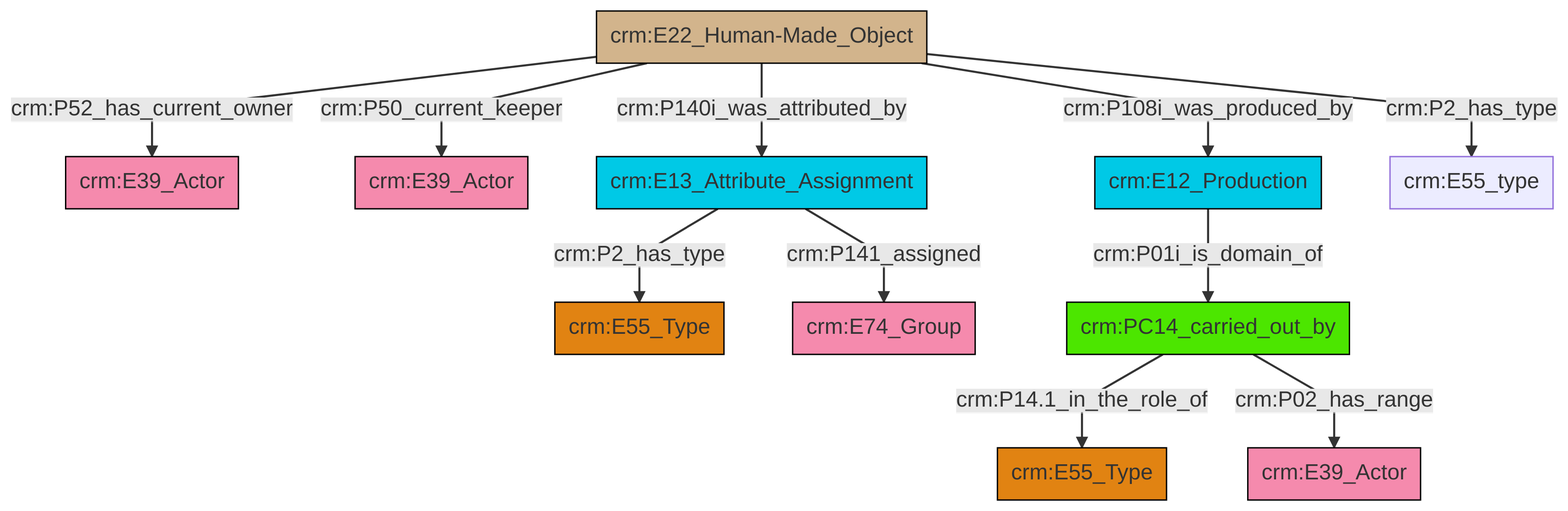
The Mermaid diagram et/artworkCSV/ttl/mmd/png/Artwork_Actor_Relations.png in swiss-art-research-net/docs.swissartresearch, before a commit. Its source is kept beside it as et/artworkCSV/ttl/mmd/Artwork_Actor_Relations.ttl.mmd. The source it was exported from:
```mermaid
graph TD
classDef Literal fill:#f2f2f2,stroke:#000000;
classDef CRM_Entity fill:#FFFFFF,stroke:#000000;
classDef Temporal_Entity fill:#00C9E6, stroke:#000000;
classDef Type fill:#E18312, stroke:#000000;
classDef Time-Span fill:#2C9C91, stroke:#000000;
classDef Appellation fill:#FFEB7F, stroke:#000000;
classDef Place fill:#008836, stroke:#000000;
classDef Persistent_Item fill:#B266B2, stroke:#000000;
classDef Conceptual_Object fill:#FFD700, stroke:#000000;
classDef Physical_Thing fill:#D2B48C, stroke:#000000;
classDef Actor fill:#f58aad, stroke:#000000;
classDef PC_Classes fill:#4ce600, stroke:#000000;
classDef Multi fill:#cccccc,stroke:#000000;

4["crm:E13_Attribute_Assignment"]:::Temporal_Entity -->|crm:P2_has_type| 5["crm:E55_Type"]:::Type
8["crm:E22_Human-Made_Object"]:::Physical_Thing -->|crm:P52_has_current_owner| 6["crm:E39_Actor"]:::Actor
8["crm:E22_Human-Made_Object"]:::Physical_Thing -->|crm:P50_current_keeper| 9["crm:E39_Actor"]:::Actor
8["crm:E22_Human-Made_Object"]:::Physical_Thing -->|crm:P140i_was_attributed_by| 4["crm:E13_Attribute_Assignment"]:::Temporal_Entity
0["crm:E12_Production"]:::Temporal_Entity -->|crm:P01i_is_domain_of| 11["crm:PC14_carried_out_by"]:::PC_Classes
11["crm:PC14_carried_out_by"]:::PC_Classes -->|crm:P14.1_in_the_role_of| 2["crm:E55_Type"]:::Type
8["crm:E22_Human-Made_Object"]:::Physical_Thing -->|crm:P108i_was_produced_by| 0["crm:E12_Production"]:::Temporal_Entity
4["crm:E13_Attribute_Assignment"]:::Temporal_Entity -->|crm:P141_assigned| 18["crm:E74_Group"]:::Actor
11["crm:PC14_carried_out_by"]:::PC_Classes -->|crm:P02_has_range| 19["crm:E39_Actor"]:::Actor
8["crm:E22_Human-Made_Object"]:::Physical_Thing -->|crm:P2_has_type| 15["crm:E55_type"]:::Default
```
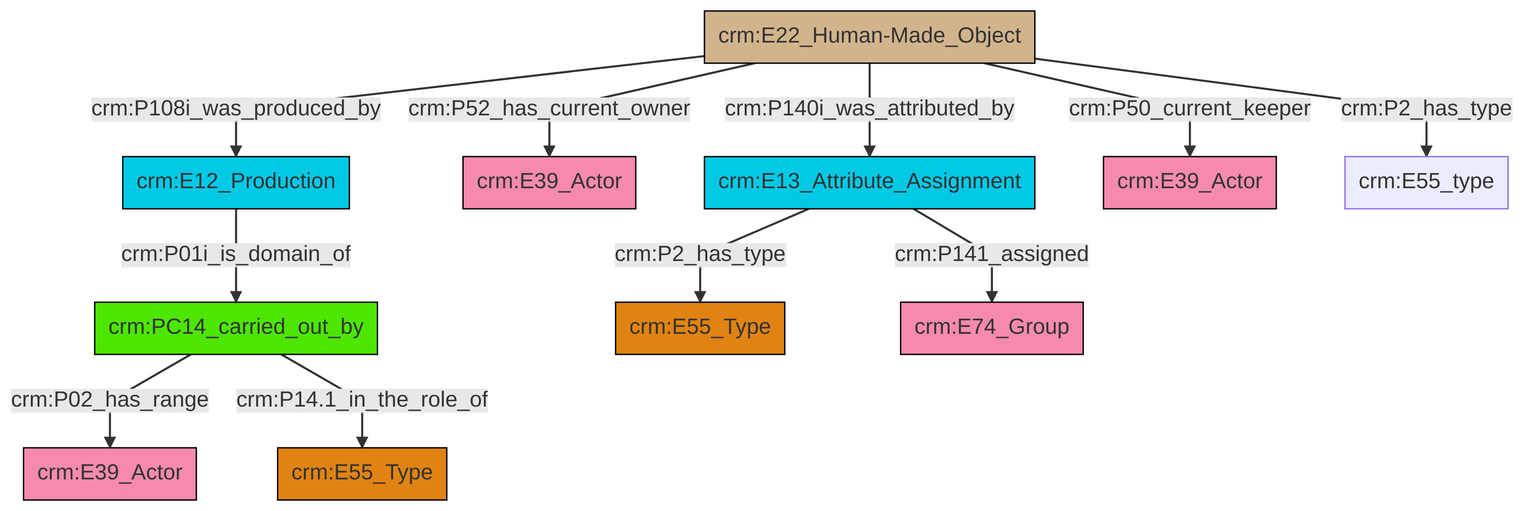
Later version of the same file.

Change to the diagram source:
```diff
@@ -13,13 +13,13 @@
 classDef PC_Classes fill:#4ce600, stroke:#000000;
 classDef Multi fill:#cccccc,stroke:#000000;
 
-4["crm:E13_Attribute_Assignment"]:::Temporal_Entity -->|crm:P2_has_type| 5["crm:E55_Type"]:::Type
-8["crm:E22_Human-Made_Object"]:::Physical_Thing -->|crm:P52_has_current_owner| 6["crm:E39_Actor"]:::Actor
-8["crm:E22_Human-Made_Object"]:::Physical_Thing -->|crm:P50_current_keeper| 9["crm:E39_Actor"]:::Actor
-8["crm:E22_Human-Made_Object"]:::Physical_Thing -->|crm:P140i_was_attributed_by| 4["crm:E13_Attribute_Assignment"]:::Temporal_Entity
-0["crm:E12_Production"]:::Temporal_Entity -->|crm:P01i_is_domain_of| 11["crm:PC14_carried_out_by"]:::PC_Classes
-11["crm:PC14_carried_out_by"]:::PC_Classes -->|crm:P14.1_in_the_role_of| 2["crm:E55_Type"]:::Type
-8["crm:E22_Human-Made_Object"]:::Physical_Thing -->|crm:P108i_was_produced_by| 0["crm:E12_Production"]:::Temporal_Entity
-4["crm:E13_Attribute_Assignment"]:::Temporal_Entity -->|crm:P141_assigned| 18["crm:E74_Group"]:::Actor
-11["crm:PC14_carried_out_by"]:::PC_Classes -->|crm:P02_has_range| 19["crm:E39_Actor"]:::Actor
-8["crm:E22_Human-Made_Object"]:::Physical_Thing -->|crm:P2_has_type| 15["crm:E55_type"]:::Default
+6["crm:E22_Human-Made_Object"]:::Physical_Thing -->|crm:P52_has_current_owner| 4["crm:E39_Actor"]:::Actor
+7["crm:PC14_carried_out_by"]:::PC_Classes -->|crm:P02_has_range| 8["crm:E39_Actor"]:::Actor
+0["crm:E13_Attribute_Assignment"]:::Temporal_Entity -->|crm:P2_has_type| 13["crm:E55_Type"]:::Type
+0["crm:E13_Attribute_Assignment"]:::Temporal_Entity -->|crm:P141_assigned| 15["crm:E74_Group"]:::Actor
+9["crm:E12_Production"]:::Temporal_Entity -->|crm:P01i_is_domain_of| 7["crm:PC14_carried_out_by"]:::PC_Classes
+6["crm:E22_Human-Made_Object"]:::Physical_Thing -->|crm:P2_has_type| 17["crm:E55_type"]:::Default
+6["crm:E22_Human-Made_Object"]:::Physical_Thing -->|crm:P50_current_keeper| 11["crm:E39_Actor"]:::Actor
+7["crm:PC14_carried_out_by"]:::PC_Classes -->|crm:P14.1_in_the_role_of| 2["crm:E55_Type"]:::Type
+6["crm:E22_Human-Made_Object"]:::Physical_Thing -->|crm:P108i_was_produced_by| 9["crm:E12_Production"]:::Temporal_Entity
+6["crm:E22_Human-Made_Object"]:::Physical_Thing -->|crm:P140i_was_attributed_by| 0["crm:E13_Attribute_Assignment"]:::Temporal_Entity
```
